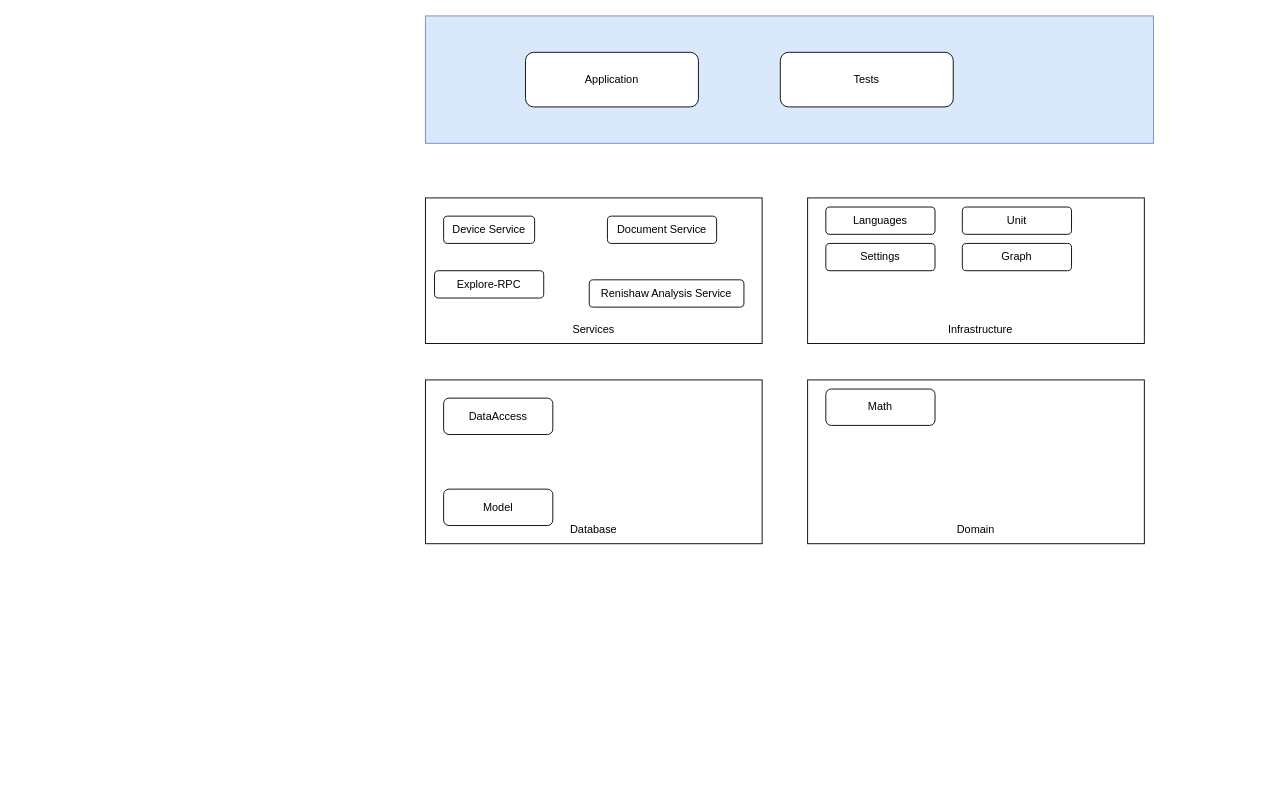
Earlier version of the draw.io diagram page "Layered Diagram" (1 of 2) of Caesar Architecture.drawio (AmolSJawalkar/DrawIO). Source tidied: cells renumbered, new cells numbered last; positions are measured from the earlier drawing's top-left corner, leaving out a move shared by most shapes. Both pictures are drawn from the tidied source at 91%, with x=0, y=0 at pixel (425, 15).
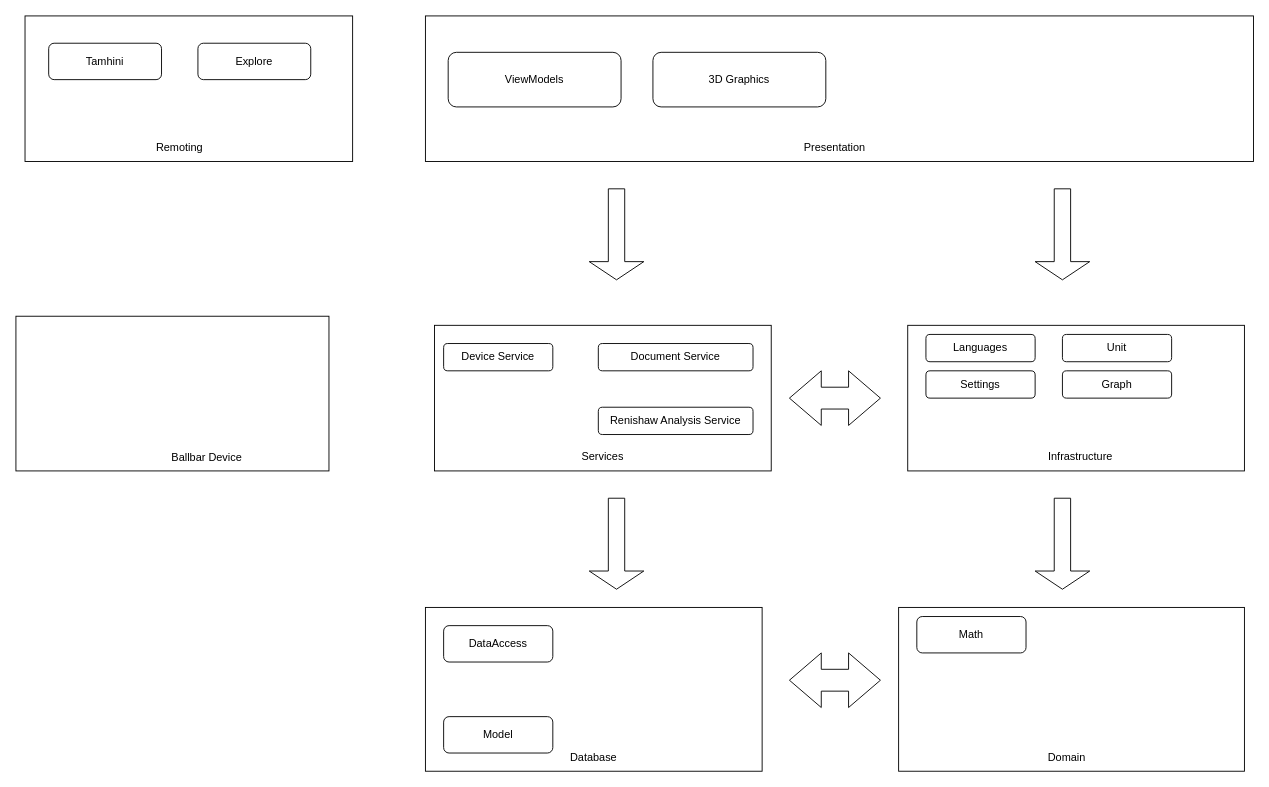
Above is the later version.

What changed in the source:
```diff
@@
     <mxCell id="2" style="rounded=0;whiteSpace=wrap;html=1;" parent="1" vertex="1">
-      <mxGeometry x="420" y="400" width="370" height="180" as="geometry" />
+      <mxGeometry x="520" y="650" width="380" height="180" as="geometry" />
     </mxCell>
-    <mxCell id="3" style="rounded=0;whiteSpace=wrap;html=1;fillColor=#dae8fc;strokeColor=#6c8ebf;gradientColor=none;" parent="1" vertex="1">
-      <mxGeometry width="800" height="140" as="geometry" />
+    <mxCell id="3" style="rounded=0;whiteSpace=wrap;html=1;" parent="1" vertex="1">
+      <mxGeometry width="910" height="160" as="geometry" />
     </mxCell>
-    <mxCell id="4" value="Application" style="rounded=1;whiteSpace=wrap;html=1;" parent="1" vertex="1">
-      <mxGeometry x="110" y="40" width="190" height="60" as="geometry" />
+    <mxCell id="4" value="ViewModels" style="rounded=1;whiteSpace=wrap;html=1;" parent="1" vertex="1">
+      <mxGeometry x="25" y="40" width="190" height="60" as="geometry" />
     </mxCell>
-    <mxCell id="5" value="Tests" style="rounded=1;whiteSpace=wrap;html=1;" parent="1" vertex="1">
-      <mxGeometry x="390" y="40" width="190" height="60" as="geometry" />
+    <mxCell id="5" value="3D Graphics" style="rounded=1;whiteSpace=wrap;html=1;" parent="1" vertex="1">
+      <mxGeometry x="250" y="40" width="190" height="60" as="geometry" />
     </mxCell>
     <mxCell id="6" style="rounded=0;whiteSpace=wrap;html=1;" parent="1" vertex="1">
-      <mxGeometry y="200" width="370" height="160" as="geometry" />
+      <mxGeometry x="10" y="340" width="370" height="160" as="geometry" />
     </mxCell>
     <mxCell id="7" style="rounded=0;whiteSpace=wrap;html=1;" parent="1" vertex="1">
-      <mxGeometry x="420" y="200" width="370" height="160" as="geometry" />
+      <mxGeometry x="530" y="340" width="370" height="160" as="geometry" />
     </mxCell>
     <mxCell id="8" value="Services" style="text;html=1;align=center;verticalAlign=middle;whiteSpace=wrap;rounded=0;" parent="1" vertex="1">
-      <mxGeometry x="155" y="330" width="60" height="30" as="geometry" />
+      <mxGeometry x="165" y="470" width="60" height="30" as="geometry" />
     </mxCell>
     <mxCell id="9" value="Infrastructure" style="text;html=1;align=center;verticalAlign=middle;whiteSpace=wrap;rounded=0;" parent="1" vertex="1">
-      <mxGeometry x="580" y="330" width="60" height="30" as="geometry" />
+      <mxGeometry x="690" y="470" width="60" height="30" as="geometry" />
     </mxCell>
     <mxCell id="10" value="Device Service" style="rounded=1;whiteSpace=wrap;html=1;" parent="1" vertex="1">
-      <mxGeometry x="20" y="220" width="100" height="30" as="geometry" />
+      <mxGeometry x="20" y="360" width="120" height="30" as="geometry" />
     </mxCell>
     <mxCell id="11" value="Document Service" style="rounded=1;whiteSpace=wrap;html=1;" parent="1" vertex="1">
-      <mxGeometry x="200" y="220" width="120" height="30" as="geometry" />
+      <mxGeometry x="190" y="360" width="170" height="30" as="geometry" />
     </mxCell>
     <mxCell id="12" value="Renishaw Analysis Service" style="rounded=1;whiteSpace=wrap;html=1;" parent="1" vertex="1">
-      <mxGeometry x="180" y="290" width="170" height="30" as="geometry" />
+      <mxGeometry x="190" y="430" width="170" height="30" as="geometry" />
     </mxCell>
     <mxCell id="13" value="Languages" style="rounded=1;whiteSpace=wrap;html=1;" parent="1" vertex="1">
-      <mxGeometry x="440" y="210" width="120" height="30" as="geometry" />
+      <mxGeometry x="550" y="350" width="120" height="30" as="geometry" />
     </mxCell>
     <mxCell id="14" value="Unit" style="rounded=1;whiteSpace=wrap;html=1;" parent="1" vertex="1">
-      <mxGeometry x="590" y="210" width="120" height="30" as="geometry" />
+      <mxGeometry x="700" y="350" width="120" height="30" as="geometry" />
     </mxCell>
     <mxCell id="15" value="Settings" style="rounded=1;whiteSpace=wrap;html=1;" parent="1" vertex="1">
-      <mxGeometry x="440" y="250" width="120" height="30" as="geometry" />
+      <mxGeometry x="550" y="390" width="120" height="30" as="geometry" />
     </mxCell>
     <mxCell id="16" value="Graph" style="rounded=1;whiteSpace=wrap;html=1;" parent="1" vertex="1">
-      <mxGeometry x="590" y="250" width="120" height="30" as="geometry" />
+      <mxGeometry x="700" y="390" width="120" height="30" as="geometry" />
     </mxCell>
     <mxCell id="17" style="rounded=0;whiteSpace=wrap;html=1;" parent="1" vertex="1">
-      <mxGeometry y="400" width="370" height="180" as="geometry" />
+      <mxGeometry y="650" width="370" height="180" as="geometry" />
     </mxCell>
     <mxCell id="18" value="Model" style="rounded=1;whiteSpace=wrap;html=1;" parent="1" vertex="1">
-      <mxGeometry x="20" y="520" width="120" height="40" as="geometry" />
+      <mxGeometry x="20" y="770" width="120" height="40" as="geometry" />
     </mxCell>
     <mxCell id="19" value="Math" style="rounded=1;whiteSpace=wrap;html=1;" parent="1" vertex="1">
-      <mxGeometry x="440" y="410" width="120" height="40" as="geometry" />
+      <mxGeometry x="540" y="660" width="120" height="40" as="geometry" />
     </mxCell>
     <mxCell id="20" value="DataAccess" style="rounded=1;whiteSpace=wrap;html=1;" parent="1" vertex="1">
-      <mxGeometry x="20" y="420" width="120" height="40" as="geometry" />
+      <mxGeometry x="20" y="670" width="120" height="40" as="geometry" />
     </mxCell>
-    <mxCell id="21" value="Explore-RPC" style="rounded=1;whiteSpace=wrap;html=1;" parent="1" vertex="1">
-      <mxGeometry x="10" y="280" width="120" height="30" as="geometry" />
-    </mxCell>
     <mxCell id="22" value="Database" style="text;html=1;align=center;verticalAlign=middle;whiteSpace=wrap;rounded=0;" parent="1" vertex="1">
-      <mxGeometry x="155" y="550" width="60" height="30" as="geometry" />
+      <mxGeometry x="155" y="800" width="60" height="30" as="geometry" />
     </mxCell>
     <mxCell id="23" value="Domain" style="text;html=1;align=center;verticalAlign=middle;whiteSpace=wrap;rounded=0;" parent="1" vertex="1">
-      <mxGeometry x="575" y="550" width="60" height="30" as="geometry" />
+      <mxGeometry x="675" y="800" width="60" height="30" as="geometry" />
     </mxCell>
+    <mxCell id="24" style="shape=singleArrow;direction=south;whiteSpace=wrap;html=1;" parent="1" vertex="1">
+      <mxGeometry x="180" y="190" width="60" height="100" as="geometry" />
+    </mxCell>
+    <mxCell id="25" style="shape=singleArrow;direction=south;whiteSpace=wrap;html=1;" parent="1" vertex="1">
+      <mxGeometry x="670" y="190" width="60" height="100" as="geometry" />
+    </mxCell>
+    <mxCell id="26" style="shape=singleArrow;direction=south;whiteSpace=wrap;html=1;" parent="1" vertex="1">
+      <mxGeometry x="180" y="530" width="60" height="100" as="geometry" />
+    </mxCell>
+    <mxCell id="27" style="shape=singleArrow;direction=south;whiteSpace=wrap;html=1;" parent="1" vertex="1">
+      <mxGeometry x="670" y="530" width="60" height="100" as="geometry" />
+    </mxCell>
+    <mxCell id="28" style="html=1;shadow=0;dashed=0;align=center;verticalAlign=middle;shape=mxgraph.arrows2.twoWayArrow;dy=0.6;dx=35;" parent="1" vertex="1">
+      <mxGeometry x="400" y="390" width="100" height="60" as="geometry" />
+    </mxCell>
+    <mxCell id="29" style="html=1;shadow=0;dashed=0;align=center;verticalAlign=middle;shape=mxgraph.arrows2.twoWayArrow;dy=0.6;dx=35;" parent="1" vertex="1">
+      <mxGeometry x="400" y="700" width="100" height="60" as="geometry" />
+    </mxCell>
+    <mxCell id="30" style="rounded=0;whiteSpace=wrap;html=1;" parent="1" vertex="1">
+      <mxGeometry x="-450" y="330" width="344" height="170" as="geometry" />
+    </mxCell>
+    <mxCell id="31" value="Ballbar Device" style="text;html=1;align=center;verticalAlign=middle;whiteSpace=wrap;rounded=0;" parent="1" vertex="1">
+      <mxGeometry x="-280" y="471" width="80" height="30" as="geometry" />
+    </mxCell>
+    <mxCell id="32" style="rounded=0;whiteSpace=wrap;html=1;" parent="1" vertex="1">
+      <mxGeometry x="-440" width="360" height="160" as="geometry" />
+    </mxCell>
+    <mxCell id="33" value="Remoting" style="text;html=1;align=center;verticalAlign=middle;whiteSpace=wrap;rounded=0;" parent="1" vertex="1">
+      <mxGeometry x="-300" y="130" width="60" height="30" as="geometry" />
+    </mxCell>
+    <mxCell id="34" value="Tamhini" style="rounded=1;whiteSpace=wrap;html=1;" parent="1" vertex="1">
+      <mxGeometry x="-414" y="30" width="124" height="40" as="geometry" />
+    </mxCell>
+    <mxCell id="35" value="Explore" style="rounded=1;whiteSpace=wrap;html=1;" parent="1" vertex="1">
+      <mxGeometry x="-250" y="30" width="124" height="40" as="geometry" />
+    </mxCell>
+    <mxCell id="36" value="Presentation" style="text;html=1;align=center;verticalAlign=middle;whiteSpace=wrap;rounded=0;" parent="1" vertex="1">
+      <mxGeometry x="420" y="130" width="60" height="30" as="geometry" />
+    </mxCell>
```
